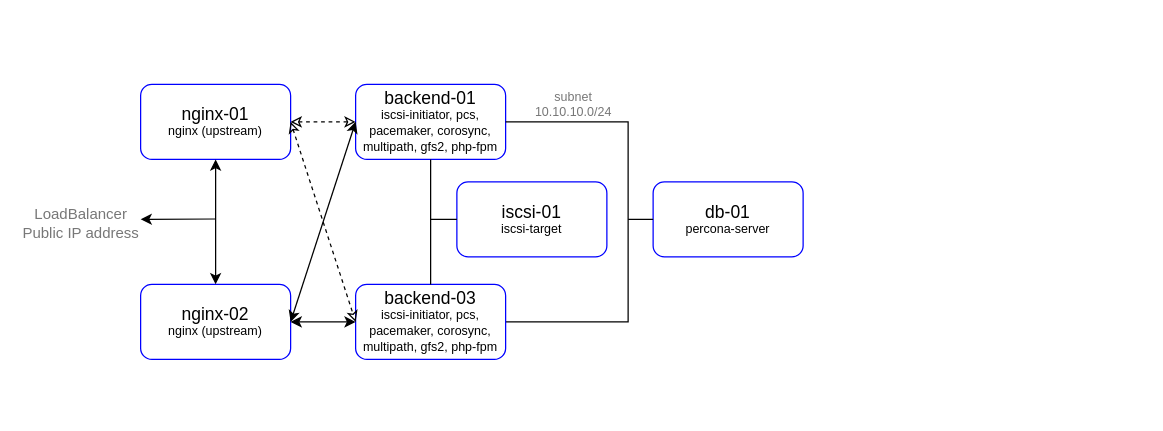
The draw.io diagram pics/infra.drawio in SergSha/lab-05, before the edit. Source tidied: cells renumbered, new cells numbered last; positions are measured from the earlier drawing's top-left corner, leaving out a move shared by most shapes. Both pictures are drawn from the tidied source at 125%, with x=0, y=0 at pixel (80, 84).
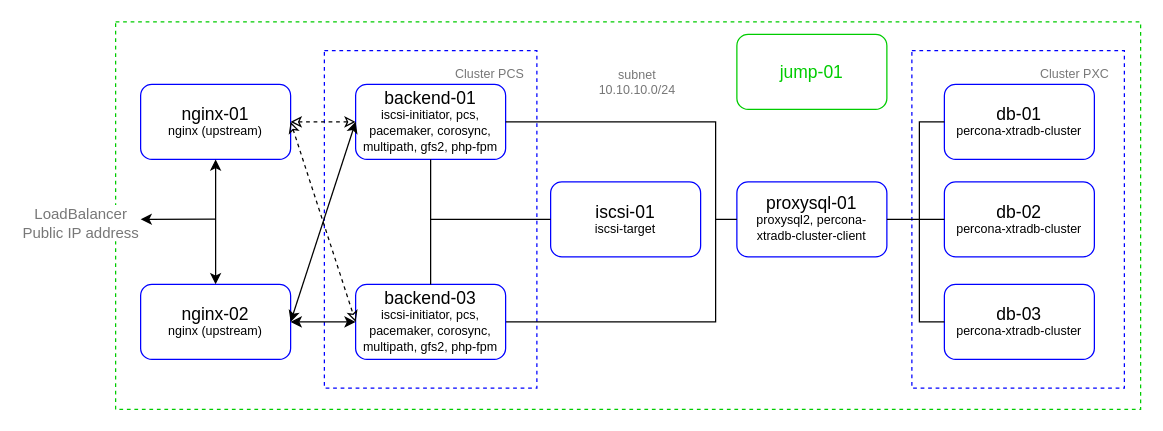
After the change.

The change refers to these unchanged cells:
```xml
<mxCell id="3" value="&lt;p style=&quot;line-height: 100%&quot;&gt;&lt;span style=&quot;font-size: 14px&quot;&gt;backend-01&lt;/span&gt;&lt;br&gt;&lt;span style=&quot;font-size: 10px&quot;&gt;iscsi-initiator, pcs, pacemaker, corosync, multipath, gfs2, php-fpm&lt;/span&gt;&lt;br&gt;&lt;/p&gt;" style="rounded=1;whiteSpace=wrap;html=1;strokeColor=#0000FF;" parent="1" vertex="1">
  <mxGeometry x="220" width="120" height="60" as="geometry" />
</mxCell>
<mxCell id="8" value="&lt;p style=&quot;line-height: 100%&quot;&gt;&lt;span style=&quot;font-size: 14px&quot;&gt;backend-03&lt;/span&gt;&lt;br&gt;&lt;span style=&quot;font-size: 10px&quot;&gt;iscsi-initiator, pcs, pacemaker, corosync, multipath, gfs2, php-fpm&lt;/span&gt;&lt;br&gt;&lt;/p&gt;" style="rounded=1;whiteSpace=wrap;html=1;strokeColor=#0000FF;" parent="1" vertex="1">
  <mxGeometry x="220" y="160" width="120" height="60" as="geometry" />
</mxCell>
```

What changed in the source:
```diff
@@
+    <mxCell id="21" style="rounded=0;whiteSpace=wrap;html=1;glass=0;dashed=1;sketch=0;strokeColor=#00CC00;fillColor=none;" parent="1" vertex="1">
+      <mxGeometry x="28" y="-50" width="820" height="310" as="geometry" />
+    </mxCell>
+    <mxCell id="22" style="rounded=0;whiteSpace=wrap;html=1;fillColor=none;dashed=1;glass=0;sketch=0;strokeColor=#0000FF;" parent="1" vertex="1">
+      <mxGeometry x="195" y="-27" width="170" height="270" as="geometry" />
+    </mxCell>
+    <mxCell id="23" style="rounded=0;whiteSpace=wrap;html=1;fillColor=none;dashed=1;glass=0;sketch=0;strokeColor=#0000FF;" parent="1" vertex="1">
+      <mxGeometry x="665" y="-27" width="170" height="270" as="geometry" />
+    </mxCell>
-    <mxCell id="2" value="&lt;p style=&quot;line-height: 100%&quot;&gt;&lt;font&gt;&lt;span style=&quot;font-size: 14px&quot;&gt;db-01&lt;br&gt;&lt;/span&gt;&lt;/font&gt;&lt;span style=&quot;font-size: 10px&quot;&gt;percona-server&lt;/span&gt;&lt;br&gt;&lt;/p&gt;" style="rounded=1;whiteSpace=wrap;html=1;strokeColor=#0000FF;" parent="1" vertex="1">
-      <mxGeometry x="458" y="78" width="120" height="60" as="geometry" />
+    <mxCell id="2" value="&lt;p style=&quot;line-height: 100%&quot;&gt;&lt;font&gt;&lt;span style=&quot;font-size: 14px&quot;&gt;proxysql-01&lt;br&gt;&lt;/span&gt;&lt;/font&gt;&lt;span style=&quot;font-size: 10px&quot;&gt;proxysql2, percona-xtradb-cluster-client&lt;/span&gt;&lt;br&gt;&lt;/p&gt;" style="rounded=1;whiteSpace=wrap;html=1;strokeColor=#0000FF;" parent="1" vertex="1">
+      <mxGeometry x="525" y="78" width="120" height="60" as="geometry" />
     </mxCell>
@@
     <mxCell id="5" style="endArrow=none;html=1;rounded=0;exitX=0;exitY=0.5;exitDx=0;exitDy=0;" parent="1" edge="1" source="2">
       <mxGeometry relative="1" as="geometry">
-        <mxPoint x="438" y="108" as="targetPoint" />
+        <mxPoint x="508" y="108" as="targetPoint" />
       </mxGeometry>
     </mxCell>
-    <mxCell id="6" style="endArrow=none;html=1;rounded=0;exitX=1;exitY=0.5;exitDx=0;exitDy=0;" parent="1" edge="1" source="8">
+    <mxCell id="6" style="endArrow=none;html=1;rounded=0;exitX=1;exitY=0.5;exitDx=0;exitDy=0;entryX=1;entryY=0.5;entryDx=0;entryDy=0;" parent="1" edge="1" source="8" target="3">
       <mxGeometry relative="1" as="geometry">
-        <mxPoint x="438" y="110" as="targetPoint" />
         <Array as="points">
-          <mxPoint x="438" y="190" />
+          <mxPoint x="508" y="190" />
+          <mxPoint x="508" y="30" />
         </Array>
       </mxGeometry>
     </mxCell>
-    <mxCell id="7" style="endArrow=none;html=1;rounded=0;entryX=1;entryY=0.5;entryDx=0;entryDy=0;" parent="1" edge="1" target="3">
-      <mxGeometry relative="1" as="geometry">
-        <mxPoint x="438" y="110" as="sourcePoint" />
-        <Array as="points">
-          <mxPoint x="438" y="30" />
-        </Array>
-      </mxGeometry>
-    </mxCell>
@@
     <mxCell id="9" value="&lt;font style=&quot;font-size: 10px&quot;&gt;subnet&lt;br&gt;10.10.10.0/24&lt;/font&gt;" style="edgeLabel;html=1;align=center;verticalAlign=middle;fontSize=8;fontColor=#777777;" parent="1" vertex="1">
-      <mxGeometry x="398" y="17" as="geometry">
-        <mxPoint x="-5" y="-2" as="offset" />
+      <mxGeometry x="418" y="30" as="geometry">
+        <mxPoint x="26" y="-33" as="offset" />
       </mxGeometry>
     </mxCell>
@@
     <mxCell id="17" value="&lt;p style=&quot;line-height: 100%&quot;&gt;&lt;span style=&quot;font-size: 14px&quot;&gt;iscsi-01&lt;/span&gt;&lt;br&gt;&lt;span style=&quot;font-size: 10px&quot;&gt;iscsi-target&lt;/span&gt;&lt;br&gt;&lt;/p&gt;" style="rounded=1;whiteSpace=wrap;html=1;strokeColor=#0000FF;" parent="1" vertex="1">
-      <mxGeometry x="301" y="78" width="120" height="60" as="geometry" />
+      <mxGeometry x="376" y="78" width="120" height="60" as="geometry" />
     </mxCell>
@@
+    <mxCell id="24" value="&lt;p style=&quot;line-height: 100%&quot;&gt;&lt;font&gt;&lt;span style=&quot;font-size: 14px&quot;&gt;db-01&lt;br&gt;&lt;/span&gt;&lt;/font&gt;&lt;span style=&quot;font-size: 10px&quot;&gt;percona-xtradb-cluster&lt;/span&gt;&lt;br&gt;&lt;/p&gt;" style="rounded=1;whiteSpace=wrap;html=1;strokeColor=#0000FF;" parent="1" vertex="1">
+      <mxGeometry x="691" width="120" height="60" as="geometry" />
+    </mxCell>
+    <mxCell id="25" value="&lt;p style=&quot;line-height: 100%&quot;&gt;&lt;font&gt;&lt;span style=&quot;font-size: 14px&quot;&gt;db-02&lt;br&gt;&lt;/span&gt;&lt;/font&gt;&lt;span style=&quot;font-size: 10px&quot;&gt;percona-xtradb-cluster&lt;/span&gt;&lt;br&gt;&lt;/p&gt;" style="rounded=1;whiteSpace=wrap;html=1;strokeColor=#0000FF;" parent="1" vertex="1">
+      <mxGeometry x="691" y="78" width="120" height="60" as="geometry" />
+    </mxCell>
+    <mxCell id="26" value="&lt;p style=&quot;line-height: 100%&quot;&gt;&lt;font&gt;&lt;span style=&quot;font-size: 14px&quot;&gt;db-03&lt;br&gt;&lt;/span&gt;&lt;/font&gt;&lt;span style=&quot;font-size: 10px&quot;&gt;percona-xtradb-cluster&lt;/span&gt;&lt;br&gt;&lt;/p&gt;" style="rounded=1;whiteSpace=wrap;html=1;strokeColor=#0000FF;" parent="1" vertex="1">
+      <mxGeometry x="691" y="160" width="120" height="60" as="geometry" />
+    </mxCell>
+    <mxCell id="27" value="&lt;span style=&quot;font-size: 10px&quot;&gt;Cluster PXC&lt;/span&gt;" style="edgeLabel;html=1;align=center;verticalAlign=middle;fontSize=8;fontColor=#777777;" parent="1" vertex="1">
+      <mxGeometry x="796" y="-10" as="geometry">
+        <mxPoint x="-2" as="offset" />
+      </mxGeometry>
+    </mxCell>
+    <mxCell id="28" style="endArrow=none;html=1;entryX=0;entryY=0.5;entryDx=0;entryDy=0;exitX=1;exitY=0.5;exitDx=0;exitDy=0;" parent="1" edge="1" source="2" target="25">
+      <mxGeometry relative="1" as="geometry" />
+    </mxCell>
+    <mxCell id="29" style="endArrow=none;html=1;entryX=0;entryY=0.5;entryDx=0;entryDy=0;exitX=0;exitY=0.5;exitDx=0;exitDy=0;rounded=0;" parent="1" edge="1" source="26" target="24">
+      <mxGeometry relative="1" as="geometry">
+        <Array as="points">
+          <mxPoint x="671" y="190" />
+          <mxPoint x="671" y="30" />
+        </Array>
+      </mxGeometry>
+    </mxCell>
+    <mxCell id="30" value="&lt;p style=&quot;line-height: 100%&quot;&gt;&lt;span style=&quot;font-size: 14px&quot;&gt;&lt;font color=&quot;#00cc00&quot;&gt;jump-01&lt;/font&gt;&lt;/span&gt;&lt;/p&gt;" style="rounded=1;whiteSpace=wrap;html=1;strokeColor=#00CC00;" parent="1" vertex="1">
+      <mxGeometry x="525" y="-40" width="120" height="60" as="geometry" />
+    </mxCell>
+    <mxCell id="31" value="&lt;span style=&quot;font-size: 10px&quot;&gt;Cluster PCS&lt;/span&gt;" style="edgeLabel;html=1;align=center;verticalAlign=middle;fontSize=8;fontColor=#777777;" parent="1" vertex="1">
+      <mxGeometry x="328" y="-10" as="geometry">
+        <mxPoint x="-2" as="offset" />
+      </mxGeometry>
+    </mxCell>
```
